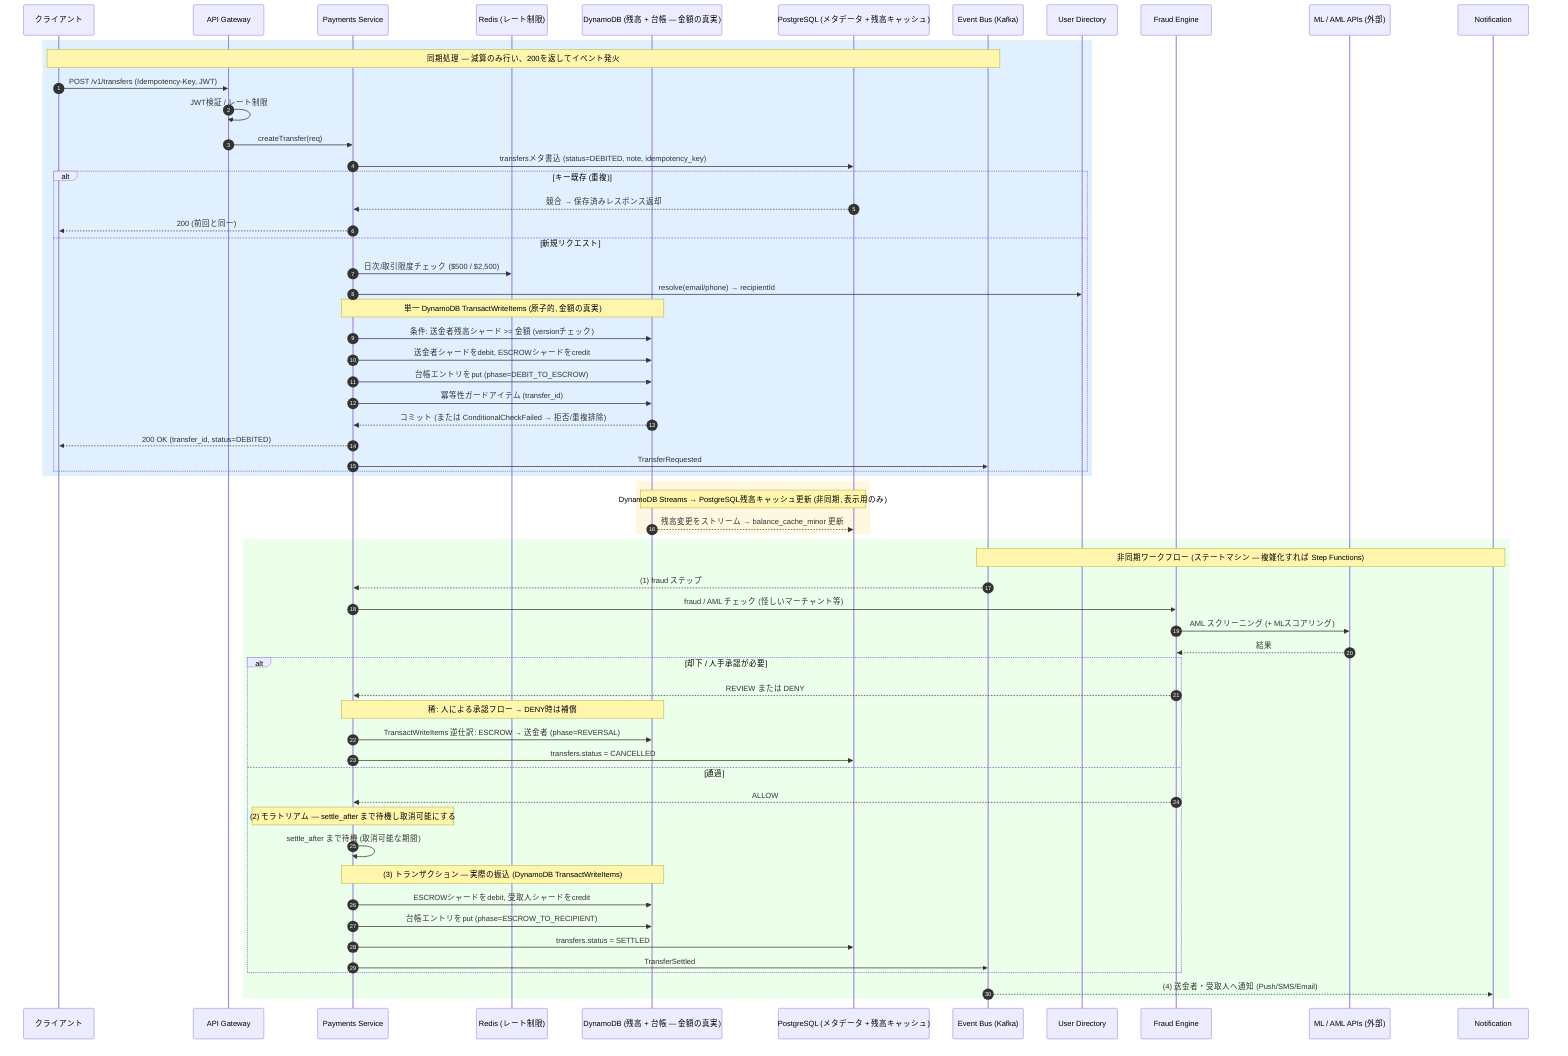
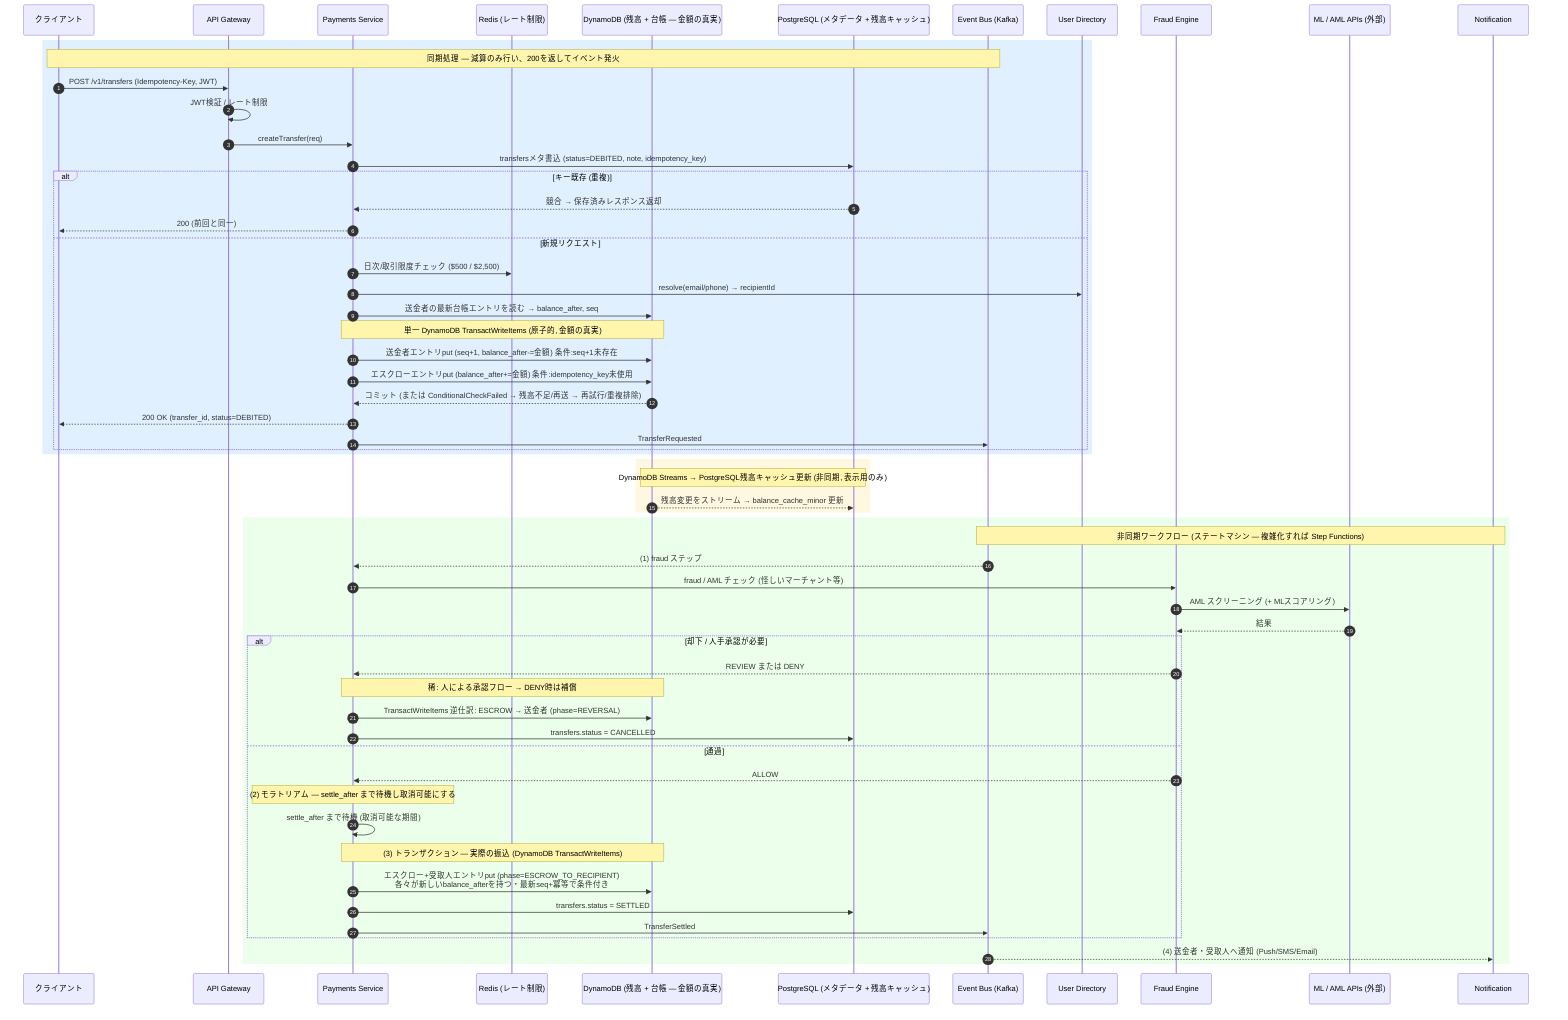
sequenceDiagram
    autonumber
    participant C as クライアント
    participant GW as API Gateway
    participant P as Payments Service
    participant R as Redis (レート制限)
    participant DDB as DynamoDB (残高 + 台帳 — 金額の真実)
    participant PG as PostgreSQL (メタデータ + 残高キャッシュ)
    participant MQ as Event Bus (Kafka)
    participant U as User Directory
    participant F as Fraud Engine
    participant X as ML / AML APIs (外部)
    participant N as Notification

    rect rgb(225, 240, 255)
    Note over C,MQ: 同期処理 — 減算のみ行い、200を返してイベント発火
    C->>GW: POST /v1/transfers (Idempotency-Key, JWT)
    GW->>GW: JWT検証 / レート制限
    GW->>P: createTransfer(req)
    P->>PG: transfersメタ書込 (status=DEBITED, note, idempotency_key)
    alt キー既存 (重複)
        PG-->>P: 競合 → 保存済みレスポンス返却
        P-->>C: 200 (前回と同一)
    else 新規リクエスト
        P->>R: 日次/取引限度チェック ($500 / $2,500)
        P->>U: resolve(email/phone) → recipientId
+         P->>DDB: 送金者の最新台帳エントリを読む → balance_after, seq
        Note over P,DDB: 単一 DynamoDB TransactWriteItems (原子的, 金額の真実)
-         P->>DDB: 条件: 送金者残高シャード >= 金額 (versionチェック)
-         P->>DDB: 送金者シャードをdebit, ESCROWシャードをcredit
-         P->>DDB: 台帳エントリをput (phase=DEBIT_TO_ESCROW)
-         P->>DDB: 冪等性ガードアイテム (transfer_id)
-         DDB-->>P: コミット (または ConditionalCheckFailed → 拒否/重複排除)
+         P->>DDB: 送金者エントリput (seq+1, balance_after-=金額) 条件:seq+1未存在
+         P->>DDB: エスクローエントリput (balance_after+=金額) 条件:idempotency_key未使用
+         DDB-->>P: コミット (または ConditionalCheckFailed → 残高不足/再送 → 再試行/重複排除)
        P-->>C: 200 OK (transfer_id, status=DEBITED)
        P->>MQ: TransferRequested
    end
    end

    rect rgb(255, 248, 225)
    Note over DDB,PG: DynamoDB Streams → PostgreSQL残高キャッシュ更新 (非同期, 表示用のみ)
    DDB-->>PG: 残高変更をストリーム → balance_cache_minor 更新
    end

    rect rgb(235, 255, 235)
    Note over MQ,N: 非同期ワークフロー (ステートマシン — 複雑化すれば Step Functions)
    MQ-->>P: (1) fraud ステップ
    P->>F: fraud / AML チェック (怪しいマーチャント等)
    F->>X: AML スクリーニング (+ MLスコアリング)
    X-->>F: 結果
    alt 却下 / 人手承認が必要
        F-->>P: REVIEW または DENY
        Note over P,DDB: 稀: 人による承認フロー → DENY時は補償
        P->>DDB: TransactWriteItems 逆仕訳: ESCROW → 送金者 (phase=REVERSAL)
        P->>PG: transfers.status = CANCELLED
    else 通過
        F-->>P: ALLOW
        Note over P: (2) モラトリアム — settle_after まで待機し取消可能にする
        P->>P: settle_after まで待機 (取消可能な期間)
        Note over P,DDB: (3) トランザクション — 実際の振込 (DynamoDB TransactWriteItems)
-         P->>DDB: ESCROWシャードをdebit, 受取人シャードをcredit
-         P->>DDB: 台帳エントリをput (phase=ESCROW_TO_RECIPIENT)
+         P->>DDB: エスクロー+受取人エントリput (phase=ESCROW_TO_RECIPIENT)<br/>各々が新しいbalance_afterを持つ・最新seq+冪等で条件付き
        P->>PG: transfers.status = SETTLED
        P->>MQ: TransferSettled
    end
    MQ-->>N: (4) 送金者・受取人へ通知 (Push/SMS/Email)
    end
